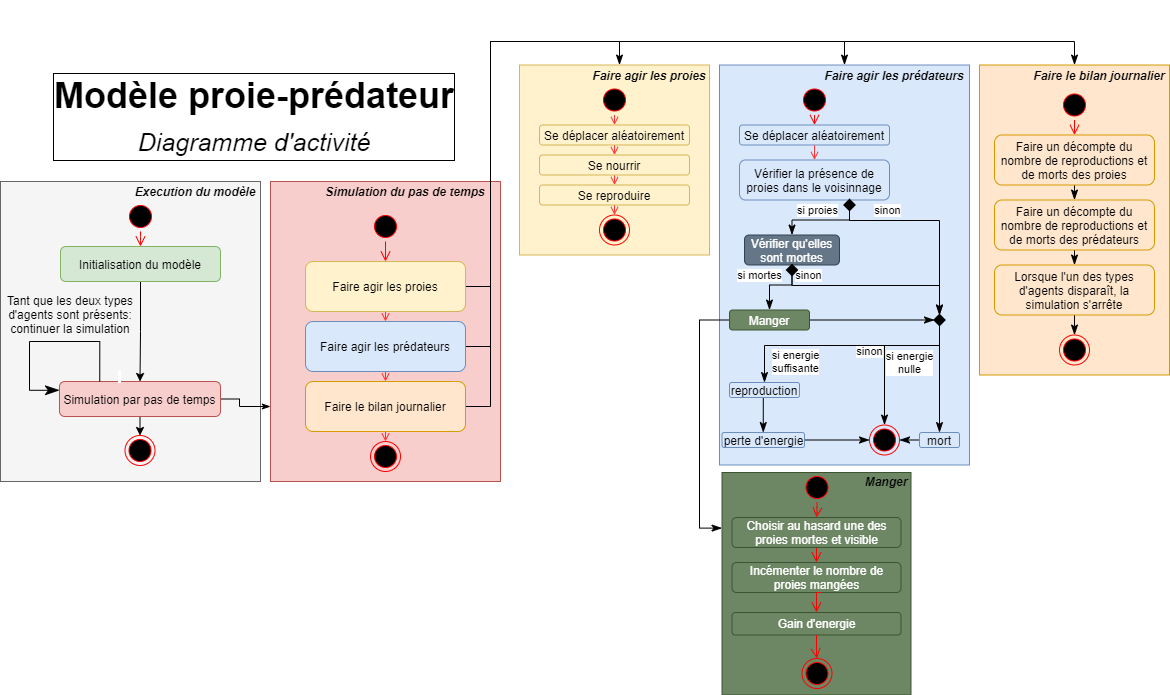
Earlier version of the draw.io export class_diagram-Diagramme d'activité.png (pierre-manchon/MAS_Vultures_population_modelisation). Source tidied: cells renumbered, new cells last; positions are measured from the earlier drawing's top-left corner, leaving out a move shared by most shapes.
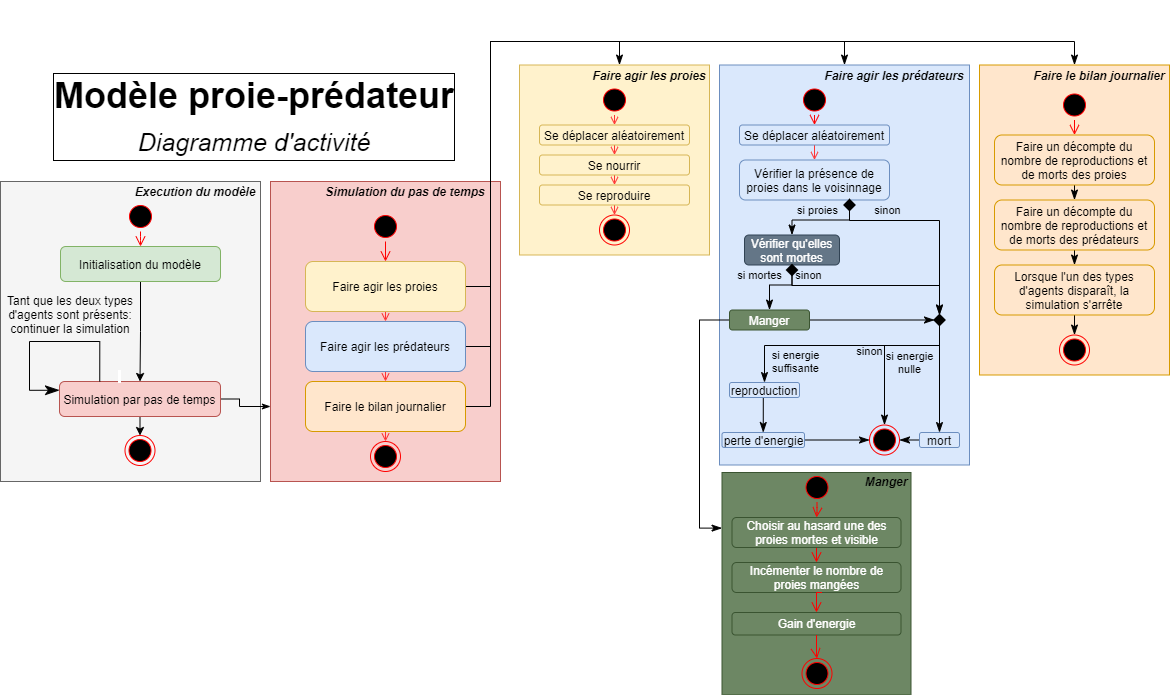
After the change.

Change to the diagram source:
```diff
@@ -177,7 +177,7 @@
         <mxPoint x="10" y="10" as="offset" />
       </mxGeometry>
     </mxCell>
-    <mxCell id="49" value="sinon" style="endArrow=classicThin;html=1;endSize=8;startArrow=none;startSize=14;startFill=0;edgeStyle=orthogonalEdgeStyle;strokeColor=#000000;exitX=0.5;exitY=1;exitDx=0;exitDy=0;rounded=0;endFill=1;entryX=0.5;entryY=0;entryDx=0;entryDy=0;entryPerimeter=0;" parent="1" edge="1" target="60">
+    <mxCell id="49" value="sinon" style="endArrow=classicThin;html=1;endSize=8;startArrow=none;startSize=14;startFill=0;edgeStyle=orthogonalEdgeStyle;strokeColor=#000000;exitX=0.5;exitY=1;exitDx=0;exitDy=0;rounded=0;endFill=1;entryX=0.5;entryY=0;entryDx=0;entryDy=0;entryPerimeter=0;labelBackgroundColor=none;" parent="1" edge="1" target="60">
       <mxGeometry x="-0.44" y="10" relative="1" as="geometry">
         <mxPoint x="849" y="198.5" as="sourcePoint" />
         <Array as="points">
@@ -186,7 +186,7 @@
         </Array>
       </mxGeometry>
     </mxCell>
-    <mxCell id="50" value="si proies" style="endArrow=classicThin;html=1;endSize=8;startArrow=none;startSize=14;startFill=0;edgeStyle=orthogonalEdgeStyle;strokeColor=#000000;exitX=0.5;exitY=1;exitDx=0;exitDy=0;rounded=0;entryX=0.5;entryY=0;entryDx=0;entryDy=0;sketch=0;shadow=0;endFill=1;" parent="1" edge="1" target="51">
+    <mxCell id="50" value="si proies" style="endArrow=classicThin;html=1;endSize=8;startArrow=none;startSize=14;startFill=0;edgeStyle=orthogonalEdgeStyle;strokeColor=#000000;exitX=0.5;exitY=1;exitDx=0;exitDy=0;rounded=0;entryX=0.5;entryY=0;entryDx=0;entryDy=0;sketch=0;shadow=0;endFill=1;labelBackgroundColor=none;" parent="1" edge="1" target="51">
       <mxGeometry x="0.13" y="-10" relative="1" as="geometry">
         <mxPoint x="849" y="198.5" as="sourcePoint" />
         <Array as="points">
@@ -213,7 +213,7 @@
     <mxCell id="54" value="Manger" style="rounded=1;whiteSpace=wrap;html=1;fillColor=#6d8764;strokeColor=#3A5431;fontColor=#ffffff;" parent="1" vertex="1">
       <mxGeometry x="729" y="308.5" width="80" height="20" as="geometry" />
     </mxCell>
-    <mxCell id="55" value="si mortes" style="endArrow=classicThin;html=1;endSize=8;startArrow=none;startSize=14;startFill=0;edgeStyle=orthogonalEdgeStyle;strokeColor=#000000;rounded=0;sketch=0;shadow=0;endFill=1;exitX=0.5;exitY=1;exitDx=0;exitDy=0;entryX=0.5;entryY=0;entryDx=0;entryDy=0;" parent="1" edge="1" source="51" target="54">
+    <mxCell id="55" value="si mortes" style="endArrow=classicThin;html=1;endSize=8;startArrow=none;startSize=14;startFill=0;edgeStyle=orthogonalEdgeStyle;strokeColor=#000000;rounded=0;sketch=0;shadow=0;endFill=1;exitX=0.5;exitY=1;exitDx=0;exitDy=0;entryX=0.5;entryY=0;entryDx=0;entryDy=0;labelBackgroundColor=none;" parent="1" edge="1" source="51" target="54">
       <mxGeometry x="0.26" y="-14" relative="1" as="geometry">
         <Array as="points">
           <mxPoint x="792" y="283.5" />
@@ -222,7 +222,7 @@
         <mxPoint x="4" y="-10" as="offset" />
       </mxGeometry>
     </mxCell>
-    <mxCell id="56" value="sinon" style="endArrow=classicThin;html=1;endSize=8;startArrow=none;startSize=14;startFill=0;edgeStyle=orthogonalEdgeStyle;strokeColor=#000000;exitX=0.5;exitY=1;exitDx=0;exitDy=0;rounded=0;endFill=1;entryX=0.5;entryY=0;entryDx=0;entryDy=0;entryPerimeter=0;" parent="1" edge="1" source="51" target="60">
+    <mxCell id="56" value="sinon" style="endArrow=classicThin;html=1;endSize=8;startArrow=none;startSize=14;startFill=0;edgeStyle=orthogonalEdgeStyle;strokeColor=#000000;exitX=0.5;exitY=1;exitDx=0;exitDy=0;rounded=0;endFill=1;entryX=0.5;entryY=0;entryDx=0;entryDy=0;entryPerimeter=0;labelBackgroundColor=none;" parent="1" edge="1" source="51" target="60">
       <mxGeometry x="-0.62" y="10" relative="1" as="geometry">
         <Array as="points">
           <mxPoint x="791" y="284" />
@@ -236,7 +236,7 @@
     <mxCell id="58" style="strokeWidth=2;html=1;shape=mxgraph.flowchart.decision;whiteSpace=wrap;labelBackgroundColor=none;fontSize=36;fillColor=#000000;" parent="1" vertex="1">
       <mxGeometry x="844" y="198.5" width="10" height="10" as="geometry" />
     </mxCell>
-    <mxCell id="59" value="sinon" style="endArrow=classicThin;html=1;endSize=8;startArrow=none;startSize=14;startFill=0;edgeStyle=orthogonalEdgeStyle;strokeColor=#000000;rounded=0;sketch=0;shadow=0;endFill=1;exitX=0.5;exitY=1;exitDx=0;exitDy=0;exitPerimeter=0;entryX=0.5;entryY=0;entryDx=0;entryDy=0;" parent="1" edge="1" source="60" target="47">
+    <mxCell id="59" value="sinon" style="endArrow=classicThin;html=1;endSize=8;startArrow=none;startSize=14;startFill=0;edgeStyle=orthogonalEdgeStyle;strokeColor=#000000;rounded=0;sketch=0;shadow=0;endFill=1;exitX=0.5;exitY=1;exitDx=0;exitDy=0;exitPerimeter=0;entryX=0.5;entryY=0;entryDx=0;entryDy=0;labelBackgroundColor=none;" parent="1" edge="1" source="60" target="47">
       <mxGeometry x="0.05" y="-15" relative="1" as="geometry">
         <Array as="points">
           <mxPoint x="939" y="344" />
@@ -247,7 +247,7 @@
     <mxCell id="60" style="strokeWidth=2;html=1;shape=mxgraph.flowchart.decision;whiteSpace=wrap;labelBackgroundColor=none;fontSize=36;fillColor=#000000;" parent="1" vertex="1">
       <mxGeometry x="934" y="313.5" width="10" height="10" as="geometry" />
     </mxCell>
-    <mxCell id="61" value="si energie&lt;br&gt;suffisante" style="endArrow=classicThin;html=1;endSize=8;startArrow=none;startSize=14;startFill=0;edgeStyle=orthogonalEdgeStyle;strokeColor=#000000;rounded=0;sketch=0;shadow=0;endFill=1;exitX=0.5;exitY=1;exitDx=0;exitDy=0;exitPerimeter=0;entryX=0.5;entryY=0;entryDx=0;entryDy=0;" parent="1" edge="1" source="60" target="81">
+    <mxCell id="61" value="si energie&lt;br&gt;suffisante" style="endArrow=classicThin;html=1;endSize=8;startArrow=none;startSize=14;startFill=0;edgeStyle=orthogonalEdgeStyle;strokeColor=#000000;rounded=0;sketch=0;shadow=0;endFill=1;exitX=0.5;exitY=1;exitDx=0;exitDy=0;exitPerimeter=0;entryX=0.5;entryY=0;entryDx=0;entryDy=0;labelBackgroundColor=none;" parent="1" edge="1" source="60" target="81">
       <mxGeometry x="0.42" y="16" relative="1" as="geometry">
         <Array as="points">
           <mxPoint x="939" y="344" />
@@ -321,7 +321,7 @@
     <mxCell id="83" value="perte d'energie" style="rounded=1;whiteSpace=wrap;html=1;fillColor=#dae8fc;strokeColor=#6c8ebf;" parent="1" vertex="1">
       <mxGeometry x="721.5" y="431" width="82.5" height="15" as="geometry" />
     </mxCell>
-    <mxCell id="84" value="si energie&lt;br&gt;nulle" style="endArrow=classicThin;html=1;endSize=8;startArrow=none;startSize=14;startFill=0;edgeStyle=orthogonalEdgeStyle;strokeColor=#000000;rounded=0;sketch=0;shadow=0;endFill=1;exitX=0.5;exitY=1;exitDx=0;exitDy=0;exitPerimeter=0;entryX=0.5;entryY=0;entryDx=0;entryDy=0;" parent="1" edge="1" source="60" target="89">
+    <mxCell id="84" value="si energie&lt;br&gt;nulle" style="endArrow=classicThin;html=1;endSize=8;startArrow=none;startSize=14;startFill=0;edgeStyle=orthogonalEdgeStyle;strokeColor=#000000;rounded=0;sketch=0;shadow=0;endFill=1;exitX=0.5;exitY=1;exitDx=0;exitDy=0;exitPerimeter=0;entryX=0.5;entryY=0;entryDx=0;entryDy=0;labelBackgroundColor=none;" parent="1" edge="1" source="60" target="89">
       <mxGeometry x="-0.32" y="-30" relative="1" as="geometry">
         <Array as="points">
           <mxPoint x="939" y="340" />
```
